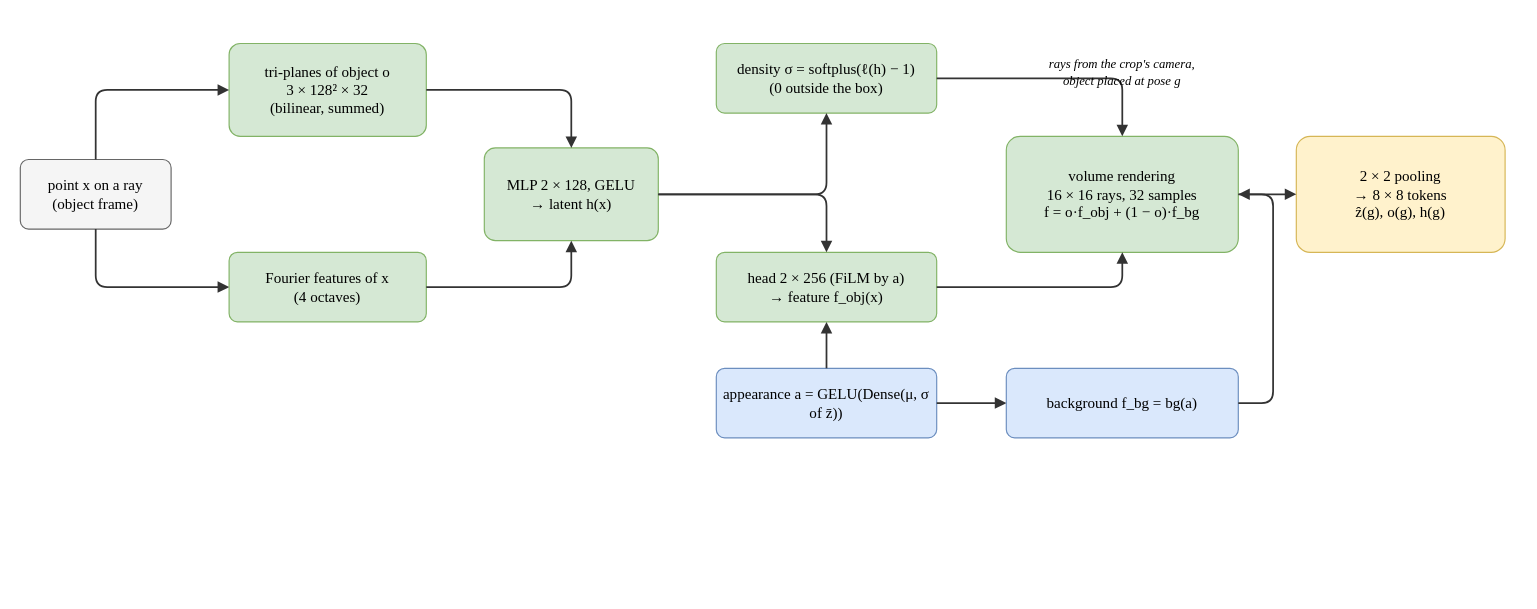
arsh-6626/latent-render-compare-pose keeps this draw.io diagram as paper/fig/arch/arch_field.drawio. Above is the earlier version. Source tidied: cells renumbered, new cells numbered last; positions are measured from the earlier drawing's top-left corner, leaving out a move shared by most shapes. Both pictures are drawn from the tidied source at 116%, with x=0, y=0 at pixel (20, 43). Pictures stored in the file or linked from it are replaced by grey dashed boxes.
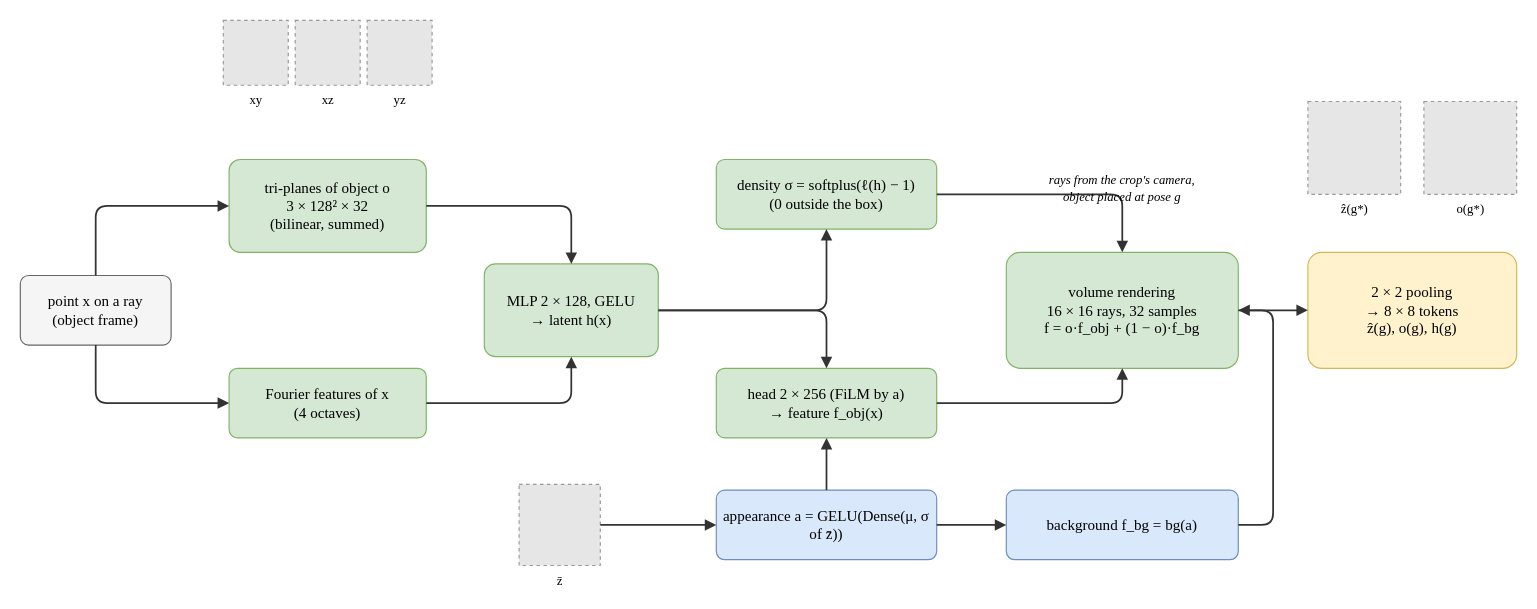
The same page after the edit.

Diff of the diagram source:
```diff
@@
-    <mxCell id="2" value="point x on a ray&lt;br&gt;(object frame)" style="rounded=1;whiteSpace=wrap;html=1;fillColor=#f5f5f5;strokeColor=#666666;fontFamily=Times New Roman;fontSize=13;arcSize=12;" parent="1" vertex="1">
-      <mxGeometry y="100" width="130" height="60" as="geometry" />
+    <mxCell id="2" value="xy" style="fillColor=#E6E6E6;strokeColor=#999999;dashed=1;html=1;verticalLabelPosition=bottom;verticalAlign=top;fontFamily=Times New Roman;fontSize=11;" parent="1" vertex="1">
+      <mxGeometry x="175" y="-20" width="56" height="56" as="geometry" />
     </mxCell>
-    <mxCell id="3" value="tri-planes of object o&lt;br&gt;3 × 128² × 32&lt;br&gt;(bilinear, summed)" style="rounded=1;whiteSpace=wrap;html=1;fillColor=#d5e8d4;strokeColor=#82b366;fontFamily=Times New Roman;fontSize=13;arcSize=12;" parent="1" vertex="1">
-      <mxGeometry x="180" width="170" height="80" as="geometry" />
+    <mxCell id="3" value="xz" style="fillColor=#E6E6E6;strokeColor=#999999;dashed=1;html=1;verticalLabelPosition=bottom;verticalAlign=top;fontFamily=Times New Roman;fontSize=11;" parent="1" vertex="1">
+      <mxGeometry x="237" y="-20" width="56" height="56" as="geometry" />
     </mxCell>
-    <mxCell id="4" value="Fourier features of x&lt;br&gt;(4 octaves)" style="rounded=1;whiteSpace=wrap;html=1;fillColor=#d5e8d4;strokeColor=#82b366;fontFamily=Times New Roman;fontSize=13;arcSize=12;" parent="1" vertex="1">
-      <mxGeometry x="180" y="180" width="170" height="60" as="geometry" />
+    <mxCell id="4" value="yz" style="fillColor=#E6E6E6;strokeColor=#999999;dashed=1;html=1;verticalLabelPosition=bottom;verticalAlign=top;fontFamily=Times New Roman;fontSize=11;" parent="1" vertex="1">
+      <mxGeometry x="299" y="-20" width="56" height="56" as="geometry" />
     </mxCell>
-    <mxCell id="5" style="edgeStyle=orthogonalEdgeStyle;rounded=1;html=1;endArrow=block;endFill=1;strokeColor=#333333;strokeWidth=1.5;fontFamily=Times New Roman;fontSize=13;fontSize=11;labelBackgroundColor=#ffffff;" parent="1" edge="1" source="2" target="3">
-      <mxGeometry relative="1" as="geometry">
-        <Array as="points">
-          <mxPoint x="65" y="40" />
-        </Array>
-      </mxGeometry>
+    <mxCell id="5" value="point x on a ray&lt;br&gt;(object frame)" style="rounded=1;whiteSpace=wrap;html=1;fillColor=#f5f5f5;strokeColor=#666666;fontFamily=Times New Roman;fontSize=13;arcSize=12;" parent="1" vertex="1">
+      <mxGeometry y="200" width="130" height="60" as="geometry" />
     </mxCell>
-    <mxCell id="6" style="edgeStyle=orthogonalEdgeStyle;rounded=1;html=1;endArrow=block;endFill=1;strokeColor=#333333;strokeWidth=1.5;fontFamily=Times New Roman;fontSize=13;fontSize=11;labelBackgroundColor=#ffffff;" parent="1" edge="1" source="2" target="4">
-      <mxGeometry relative="1" as="geometry">
-        <Array as="points">
-          <mxPoint x="65" y="210" />
-        </Array>
-      </mxGeometry>
+    <mxCell id="6" value="tri-planes of object o&lt;br&gt;3 × 128² × 32&lt;br&gt;(bilinear, summed)" style="rounded=1;whiteSpace=wrap;html=1;fillColor=#d5e8d4;strokeColor=#82b366;fontFamily=Times New Roman;fontSize=13;arcSize=12;" parent="1" vertex="1">
+      <mxGeometry x="180" y="100" width="170" height="80" as="geometry" />
     </mxCell>
-    <mxCell id="7" value="MLP 2 × 128, GELU&lt;br&gt;→ latent h(x)" style="rounded=1;whiteSpace=wrap;html=1;fillColor=#d5e8d4;strokeColor=#82b366;fontFamily=Times New Roman;fontSize=13;arcSize=12;" parent="1" vertex="1">
-      <mxGeometry x="400" y="90" width="150" height="80" as="geometry" />
+    <mxCell id="7" value="Fourier features of x&lt;br&gt;(4 octaves)" style="rounded=1;whiteSpace=wrap;html=1;fillColor=#d5e8d4;strokeColor=#82b366;fontFamily=Times New Roman;fontSize=13;arcSize=12;" parent="1" vertex="1">
+      <mxGeometry x="180" y="280" width="170" height="60" as="geometry" />
     </mxCell>
-    <mxCell id="8" style="edgeStyle=orthogonalEdgeStyle;rounded=1;html=1;endArrow=block;endFill=1;strokeColor=#333333;strokeWidth=1.5;fontFamily=Times New Roman;fontSize=13;fontSize=11;labelBackgroundColor=#ffffff;" parent="1" edge="1" source="3" target="7">
+    <mxCell id="8" style="edgeStyle=orthogonalEdgeStyle;rounded=1;html=1;endArrow=block;endFill=1;strokeColor=#333333;strokeWidth=1.5;fontFamily=Times New Roman;fontSize=13;fontSize=11;labelBackgroundColor=#ffffff;" parent="1" edge="1" source="5" target="6">
       <mxGeometry relative="1" as="geometry">
         <Array as="points">
-          <mxPoint x="475" y="40" />
+          <mxPoint x="65" y="140" />
         </Array>
       </mxGeometry>
     </mxCell>
-    <mxCell id="9" style="edgeStyle=orthogonalEdgeStyle;rounded=1;html=1;endArrow=block;endFill=1;strokeColor=#333333;strokeWidth=1.5;fontFamily=Times New Roman;fontSize=13;fontSize=11;labelBackgroundColor=#ffffff;" parent="1" edge="1" source="4" target="7">
+    <mxCell id="9" style="edgeStyle=orthogonalEdgeStyle;rounded=1;html=1;endArrow=block;endFill=1;strokeColor=#333333;strokeWidth=1.5;fontFamily=Times New Roman;fontSize=13;fontSize=11;labelBackgroundColor=#ffffff;" parent="1" edge="1" source="5" target="7">
       <mxGeometry relative="1" as="geometry">
         <Array as="points">
-          <mxPoint x="475" y="210" />
+          <mxPoint x="65" y="310" />
         </Array>
       </mxGeometry>
     </mxCell>
-    <mxCell id="10" value="density σ = softplus(ℓ(h) − 1)&lt;br&gt;(0 outside the box)" style="rounded=1;whiteSpace=wrap;html=1;fillColor=#d5e8d4;strokeColor=#82b366;fontFamily=Times New Roman;fontSize=13;arcSize=12;" parent="1" vertex="1">
-      <mxGeometry x="600" width="190" height="60" as="geometry" />
+    <mxCell id="10" value="MLP 2 × 128, GELU&lt;br&gt;→ latent h(x)" style="rounded=1;whiteSpace=wrap;html=1;fillColor=#d5e8d4;strokeColor=#82b366;fontFamily=Times New Roman;fontSize=13;arcSize=12;" parent="1" vertex="1">
+      <mxGeometry x="400" y="190" width="150" height="80" as="geometry" />
     </mxCell>
-    <mxCell id="11" value="head 2 × 256 (FiLM by a)&lt;br&gt;→ feature f_obj(x)" style="rounded=1;whiteSpace=wrap;html=1;fillColor=#d5e8d4;strokeColor=#82b366;fontFamily=Times New Roman;fontSize=13;arcSize=12;" parent="1" vertex="1">
-      <mxGeometry x="600" y="180" width="190" height="60" as="geometry" />
+    <mxCell id="11" style="edgeStyle=orthogonalEdgeStyle;rounded=1;html=1;endArrow=block;endFill=1;strokeColor=#333333;strokeWidth=1.5;fontFamily=Times New Roman;fontSize=13;fontSize=11;labelBackgroundColor=#ffffff;" parent="1" edge="1" source="6" target="10">
+      <mxGeometry relative="1" as="geometry">
+        <Array as="points">
+          <mxPoint x="475" y="140" />
+        </Array>
+      </mxGeometry>
     </mxCell>
     <mxCell id="12" style="edgeStyle=orthogonalEdgeStyle;rounded=1;html=1;endArrow=block;endFill=1;strokeColor=#333333;strokeWidth=1.5;fontFamily=Times New Roman;fontSize=13;fontSize=11;labelBackgroundColor=#ffffff;" parent="1" edge="1" source="7" target="10">
       <mxGeometry relative="1" as="geometry">
         <Array as="points">
-          <mxPoint x="695" y="130" />
+          <mxPoint x="475" y="310" />
         </Array>
       </mxGeometry>
     </mxCell>
-    <mxCell id="13" style="edgeStyle=orthogonalEdgeStyle;rounded=1;html=1;endArrow=block;endFill=1;strokeColor=#333333;strokeWidth=1.5;fontFamily=Times New Roman;fontSize=13;fontSize=11;labelBackgroundColor=#ffffff;" parent="1" edge="1" source="7" target="11">
-      <mxGeometry relative="1" as="geometry">
-        <Array as="points">
-          <mxPoint x="695" y="130" />
-        </Array>
-      </mxGeometry>
+    <mxCell id="13" value="density σ = softplus(ℓ(h) − 1)&lt;br&gt;(0 outside the box)" style="rounded=1;whiteSpace=wrap;html=1;fillColor=#d5e8d4;strokeColor=#82b366;fontFamily=Times New Roman;fontSize=13;arcSize=12;" parent="1" vertex="1">
+      <mxGeometry x="600" y="100" width="190" height="60" as="geometry" />
     </mxCell>
-    <mxCell id="14" value="appearance a = GELU(Dense(μ, σ of z̄))" style="rounded=1;whiteSpace=wrap;html=1;fillColor=#dae8fc;strokeColor=#6c8ebf;fontFamily=Times New Roman;fontSize=13;arcSize=12;" parent="1" vertex="1">
+    <mxCell id="14" value="head 2 × 256 (FiLM by a)&lt;br&gt;→ feature f_obj(x)" style="rounded=1;whiteSpace=wrap;html=1;fillColor=#d5e8d4;strokeColor=#82b366;fontFamily=Times New Roman;fontSize=13;arcSize=12;" parent="1" vertex="1">
       <mxGeometry x="600" y="280" width="190" height="60" as="geometry" />
     </mxCell>
-    <mxCell id="15" style="edgeStyle=orthogonalEdgeStyle;rounded=1;html=1;endArrow=block;endFill=1;strokeColor=#333333;strokeWidth=1.5;fontFamily=Times New Roman;fontSize=13;fontSize=11;labelBackgroundColor=#ffffff;" parent="1" edge="1" source="14" target="11">
-      <mxGeometry relative="1" as="geometry" />
+    <mxCell id="15" style="edgeStyle=orthogonalEdgeStyle;rounded=1;html=1;endArrow=block;endFill=1;strokeColor=#333333;strokeWidth=1.5;fontFamily=Times New Roman;fontSize=13;fontSize=11;labelBackgroundColor=#ffffff;" parent="1" edge="1" source="10" target="13">
+      <mxGeometry relative="1" as="geometry">
+        <Array as="points">
+          <mxPoint x="695" y="230" />
+        </Array>
+      </mxGeometry>
     </mxCell>
-    <mxCell id="16" value="volume rendering&lt;br&gt;16 × 16 rays, 32 samples&lt;br&gt;f = o·f_obj + (1 − o)·f_bg" style="rounded=1;whiteSpace=wrap;html=1;fillColor=#d5e8d4;strokeColor=#82b366;fontFamily=Times New Roman;fontSize=13;arcSize=12;" parent="1" vertex="1">
-      <mxGeometry x="850" y="80" width="200" height="100" as="geometry" />
+    <mxCell id="16" style="edgeStyle=orthogonalEdgeStyle;rounded=1;html=1;endArrow=block;endFill=1;strokeColor=#333333;strokeWidth=1.5;fontFamily=Times New Roman;fontSize=13;fontSize=11;labelBackgroundColor=#ffffff;" parent="1" edge="1" source="10" target="14">
+      <mxGeometry relative="1" as="geometry">
+        <Array as="points">
+          <mxPoint x="695" y="230" />
+        </Array>
+      </mxGeometry>
     </mxCell>
-    <mxCell id="17" style="edgeStyle=orthogonalEdgeStyle;rounded=1;html=1;endArrow=block;endFill=1;strokeColor=#333333;strokeWidth=1.5;fontFamily=Times New Roman;fontSize=13;fontSize=11;labelBackgroundColor=#ffffff;" parent="1" edge="1" source="10" target="16">
-      <mxGeometry relative="1" as="geometry">
-        <Array as="points">
-          <mxPoint x="950" y="30" />
-        </Array>
-      </mxGeometry>
+    <mxCell id="17" value="z̄" style="fillColor=#E6E6E6;strokeColor=#999999;dashed=1;html=1;verticalLabelPosition=bottom;verticalAlign=top;fontFamily=Times New Roman;fontSize=11;" parent="1" vertex="1">
+      <mxGeometry x="430" y="380" width="70" height="70" as="geometry" />
     </mxCell>
-    <mxCell id="18" style="edgeStyle=orthogonalEdgeStyle;rounded=1;html=1;endArrow=block;endFill=1;strokeColor=#333333;strokeWidth=1.5;fontFamily=Times New Roman;fontSize=13;fontSize=11;labelBackgroundColor=#ffffff;" parent="1" edge="1" source="11" target="16">
-      <mxGeometry relative="1" as="geometry">
-        <Array as="points">
-          <mxPoint x="950" y="210" />
-        </Array>
-      </mxGeometry>
+    <mxCell id="18" value="appearance a = GELU(Dense(μ, σ of z̄))" style="rounded=1;whiteSpace=wrap;html=1;fillColor=#dae8fc;strokeColor=#6c8ebf;fontFamily=Times New Roman;fontSize=13;arcSize=12;" parent="1" vertex="1">
+      <mxGeometry x="600" y="385" width="190" height="60" as="geometry" />
     </mxCell>
-    <mxCell id="19" value="background f_bg = bg(a)" style="rounded=1;whiteSpace=wrap;html=1;fillColor=#dae8fc;strokeColor=#6c8ebf;fontFamily=Times New Roman;fontSize=13;arcSize=12;" parent="1" vertex="1">
-      <mxGeometry x="850" y="280" width="200" height="60" as="geometry" />
+    <mxCell id="19" style="edgeStyle=orthogonalEdgeStyle;rounded=1;html=1;endArrow=block;endFill=1;strokeColor=#333333;strokeWidth=1.5;fontFamily=Times New Roman;fontSize=13;fontSize=11;labelBackgroundColor=#ffffff;" parent="1" edge="1" source="17" target="18">
+      <mxGeometry relative="1" as="geometry" />
     </mxCell>
-    <mxCell id="20" style="edgeStyle=orthogonalEdgeStyle;rounded=1;html=1;endArrow=block;endFill=1;strokeColor=#333333;strokeWidth=1.5;fontFamily=Times New Roman;fontSize=13;fontSize=11;labelBackgroundColor=#ffffff;" parent="1" edge="1" source="14" target="19">
+    <mxCell id="20" style="edgeStyle=orthogonalEdgeStyle;rounded=1;html=1;endArrow=block;endFill=1;strokeColor=#333333;strokeWidth=1.5;fontFamily=Times New Roman;fontSize=13;fontSize=11;labelBackgroundColor=#ffffff;" parent="1" edge="1" source="18" target="14">
       <mxGeometry relative="1" as="geometry" />
     </mxCell>
-    <mxCell id="21" style="edgeStyle=orthogonalEdgeStyle;rounded=1;html=1;endArrow=block;endFill=1;strokeColor=#333333;strokeWidth=1.5;fontFamily=Times New Roman;fontSize=13;fontSize=11;labelBackgroundColor=#ffffff;" parent="1" edge="1" source="19" target="16">
-      <mxGeometry relative="1" as="geometry">
-        <Array as="points">
-          <mxPoint x="1080" y="310" />
-          <mxPoint x="1080" y="130" />
-        </Array>
-      </mxGeometry>
+    <mxCell id="21" value="volume rendering&lt;br&gt;16 × 16 rays, 32 samples&lt;br&gt;f = o·f_obj + (1 − o)·f_bg" style="rounded=1;whiteSpace=wrap;html=1;fillColor=#d5e8d4;strokeColor=#82b366;fontFamily=Times New Roman;fontSize=13;arcSize=12;" parent="1" vertex="1">
+      <mxGeometry x="850" y="180" width="200" height="100" as="geometry" />
     </mxCell>
-    <mxCell id="22" value="2 × 2 pooling&lt;br&gt;→ 8 × 8 tokens&lt;br&gt;ẑ(g), o(g), h(g)" style="rounded=1;whiteSpace=wrap;html=1;fillColor=#fff2cc;strokeColor=#d6b656;fontFamily=Times New Roman;fontSize=13;arcSize=12;" parent="1" vertex="1">
-      <mxGeometry x="1100" y="80" width="180" height="100" as="geometry" />
+    <mxCell id="22" style="edgeStyle=orthogonalEdgeStyle;rounded=1;html=1;endArrow=block;endFill=1;strokeColor=#333333;strokeWidth=1.5;fontFamily=Times New Roman;fontSize=13;fontSize=11;labelBackgroundColor=#ffffff;" parent="1" edge="1" source="13" target="21">
+      <mxGeometry relative="1" as="geometry">
+        <Array as="points">
+          <mxPoint x="950" y="130" />
+        </Array>
+      </mxGeometry>
     </mxCell>
-    <mxCell id="23" style="edgeStyle=orthogonalEdgeStyle;rounded=1;html=1;endArrow=block;endFill=1;strokeColor=#333333;strokeWidth=1.5;fontFamily=Times New Roman;fontSize=13;fontSize=11;labelBackgroundColor=#ffffff;" parent="1" edge="1" source="16" target="22">
-      <mxGeometry relative="1" as="geometry" />
+    <mxCell id="23" style="edgeStyle=orthogonalEdgeStyle;rounded=1;html=1;endArrow=block;endFill=1;strokeColor=#333333;strokeWidth=1.5;fontFamily=Times New Roman;fontSize=13;fontSize=11;labelBackgroundColor=#ffffff;" parent="1" edge="1" source="14" target="21">
+      <mxGeometry relative="1" as="geometry">
+        <Array as="points">
+          <mxPoint x="950" y="310" />
+        </Array>
+      </mxGeometry>
     </mxCell>
-    <mxCell id="24" value="rays from the crop's camera,&lt;br&gt;object placed at pose g" style="text;html=1;align=center;verticalAlign=middle;whiteSpace=wrap;fontFamily=Times New Roman;fontSize=11;fontStyle=2;" parent="1" vertex="1">
-      <mxGeometry x="850" width="200" height="50" as="geometry" />
+    <mxCell id="24" value="background f_bg = bg(a)" style="rounded=1;whiteSpace=wrap;html=1;fillColor=#dae8fc;strokeColor=#6c8ebf;fontFamily=Times New Roman;fontSize=13;arcSize=12;" parent="1" vertex="1">
+      <mxGeometry x="850" y="385" width="200" height="60" as="geometry" />
     </mxCell>
+    <mxCell id="25" style="edgeStyle=orthogonalEdgeStyle;rounded=1;html=1;endArrow=block;endFill=1;strokeColor=#333333;strokeWidth=1.5;fontFamily=Times New Roman;fontSize=13;fontSize=11;labelBackgroundColor=#ffffff;" parent="1" edge="1" source="18" target="24">
+      <mxGeometry relative="1" as="geometry" />
+    </mxCell>
+    <mxCell id="26" style="edgeStyle=orthogonalEdgeStyle;rounded=1;html=1;endArrow=block;endFill=1;strokeColor=#333333;strokeWidth=1.5;fontFamily=Times New Roman;fontSize=13;fontSize=11;labelBackgroundColor=#ffffff;" parent="1" edge="1" source="24" target="21">
+      <mxGeometry relative="1" as="geometry">
+        <Array as="points">
+          <mxPoint x="1080" y="415" />
+          <mxPoint x="1080" y="230" />
+        </Array>
+      </mxGeometry>
+    </mxCell>
+    <mxCell id="27" value="2 × 2 pooling&lt;br&gt;→ 8 × 8 tokens&lt;br&gt;ẑ(g), o(g), h(g)" style="rounded=1;whiteSpace=wrap;html=1;fillColor=#fff2cc;strokeColor=#d6b656;fontFamily=Times New Roman;fontSize=13;arcSize=12;" parent="1" vertex="1">
+      <mxGeometry x="1110" y="180" width="180" height="100" as="geometry" />
+    </mxCell>
+    <mxCell id="28" style="edgeStyle=orthogonalEdgeStyle;rounded=1;html=1;endArrow=block;endFill=1;strokeColor=#333333;strokeWidth=1.5;fontFamily=Times New Roman;fontSize=13;fontSize=11;labelBackgroundColor=#ffffff;" parent="1" edge="1" source="21" target="27">
+      <mxGeometry relative="1" as="geometry" />
+    </mxCell>
+    <mxCell id="29" value="ẑ(g*)" style="fillColor=#E6E6E6;strokeColor=#999999;dashed=1;html=1;verticalLabelPosition=bottom;verticalAlign=top;fontFamily=Times New Roman;fontSize=11;" parent="1" vertex="1">
+      <mxGeometry x="1110" y="50" width="80" height="80" as="geometry" />
+    </mxCell>
+    <mxCell id="30" value="o(g*)" style="fillColor=#E6E6E6;strokeColor=#999999;dashed=1;html=1;verticalLabelPosition=bottom;verticalAlign=top;fontFamily=Times New Roman;fontSize=11;" parent="1" vertex="1">
+      <mxGeometry x="1210" y="50" width="80" height="80" as="geometry" />
+    </mxCell>
+    <mxCell id="31" value="rays from the crop's camera,&lt;br&gt;object placed at pose g" style="text;html=1;align=center;verticalAlign=middle;whiteSpace=wrap;fontFamily=Times New Roman;fontSize=11;fontStyle=2;" parent="1" vertex="1">
+      <mxGeometry x="850" y="100" width="200" height="50" as="geometry" />
+    </mxCell>
```
